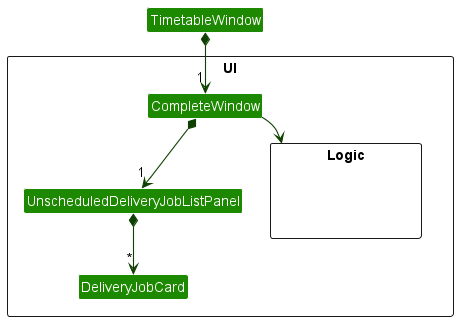
This is docs/images/UiClassDiagramCompleteWindow.png from nus-cs2103-AY2223S2/tp, a PlantUML export, as it was before one commit.
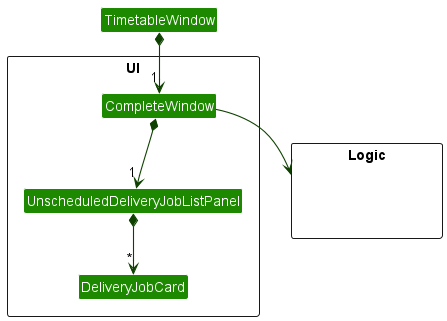
The same file after the commit.

The edit, as a diff of the source:
```diff
@@ -10,10 +10,10 @@
 Class UnscheduledDeliveryJobListPanel
 Class DeliveryJobCard
 
+}
+
 package Logic <<Rectangle>> {
 Class HiddenLogic #FFFFFF
-}
-
 }
 
 Class TimetableWindow
```
